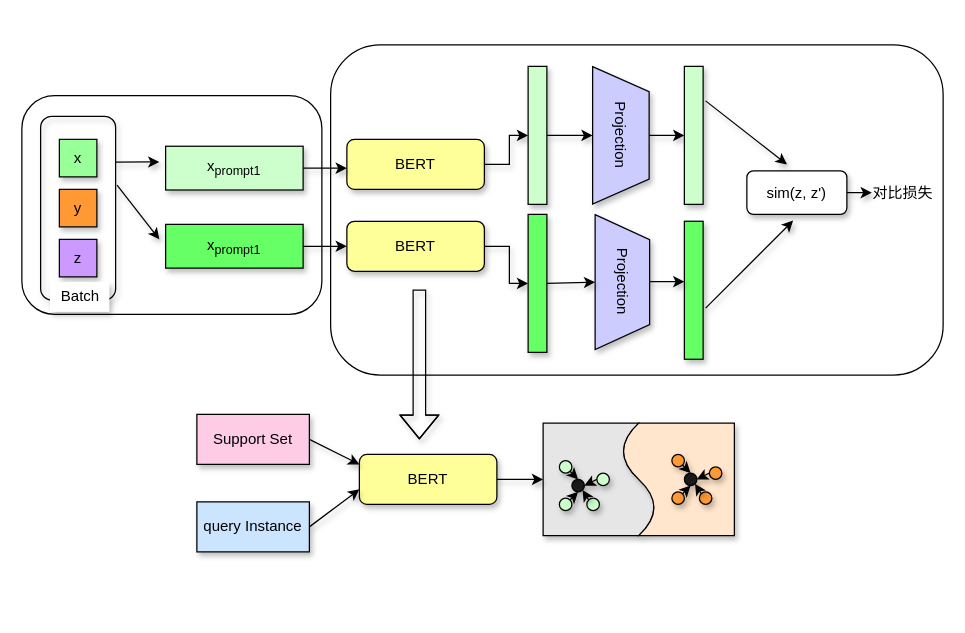
Above: page "第 1 页" (1 of 2) of FSRECP.drawio in janicewym/FSRECP (draw.io), before the change. Source tidied: cells renumbered, new cells numbered last; positions are measured from the earlier drawing's top-left corner, leaving out a move shared by most shapes. Both pictures are drawn from the tidied source at 125%, with x=0, y=0 at pixel (21, 44).
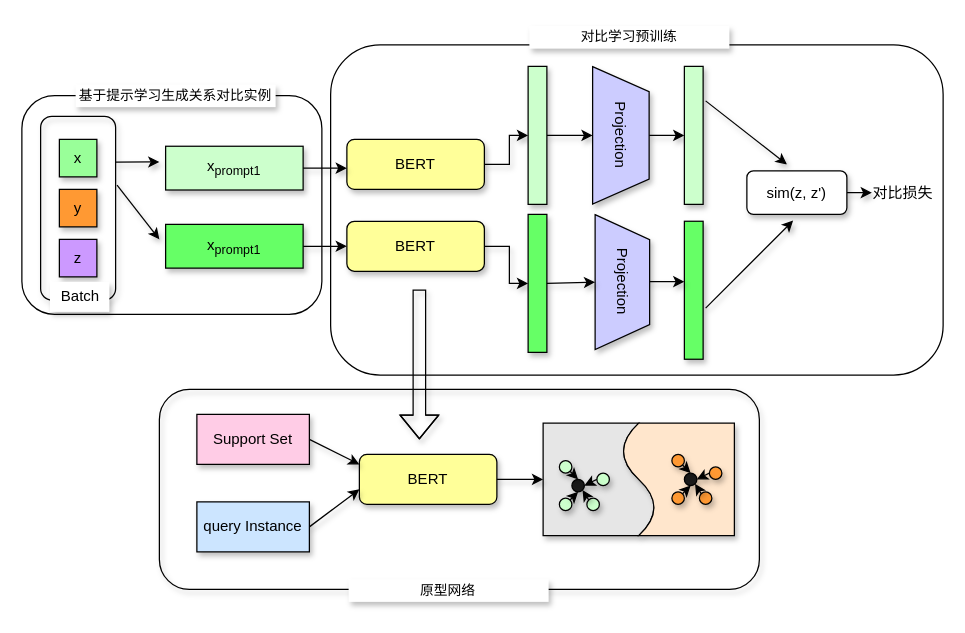
The same diagram, later.

Diff of the diagram source:
```diff
@@
+    <mxCell id="62" value="基于提示学习生成关系对比实例" style="text;html=1;strokeColor=none;fillColor=default;align=center;verticalAlign=middle;whiteSpace=wrap;rounded=0;shadow=1;fontSize=11;" parent="1" vertex="1">
+      <mxGeometry x="43" y="32.2" width="160" height="18" as="geometry" />
+    </mxCell>
+    <mxCell id="63" value="对比学习预训练" style="text;html=1;strokeColor=none;fillColor=default;align=center;verticalAlign=middle;whiteSpace=wrap;rounded=0;shadow=1;fontSize=11;" parent="1" vertex="1">
+      <mxGeometry x="406" y="-14.6" width="160" height="18" as="geometry" />
+    </mxCell>
+    <mxCell id="64" style="rounded=1;whiteSpace=wrap;html=1;shadow=1;fontSize=11;strokeColor=#000000;fillColor=none;" parent="1" vertex="1">
+      <mxGeometry x="110" y="276" width="480" height="160" as="geometry" />
+    </mxCell>
+    <mxCell id="65" value="原型网络" style="text;html=1;strokeColor=none;fillColor=default;align=center;verticalAlign=middle;whiteSpace=wrap;rounded=0;shadow=1;fontSize=11;" parent="1" vertex="1">
+      <mxGeometry x="261.4" y="428" width="160" height="18" as="geometry" />
+    </mxCell>
```
